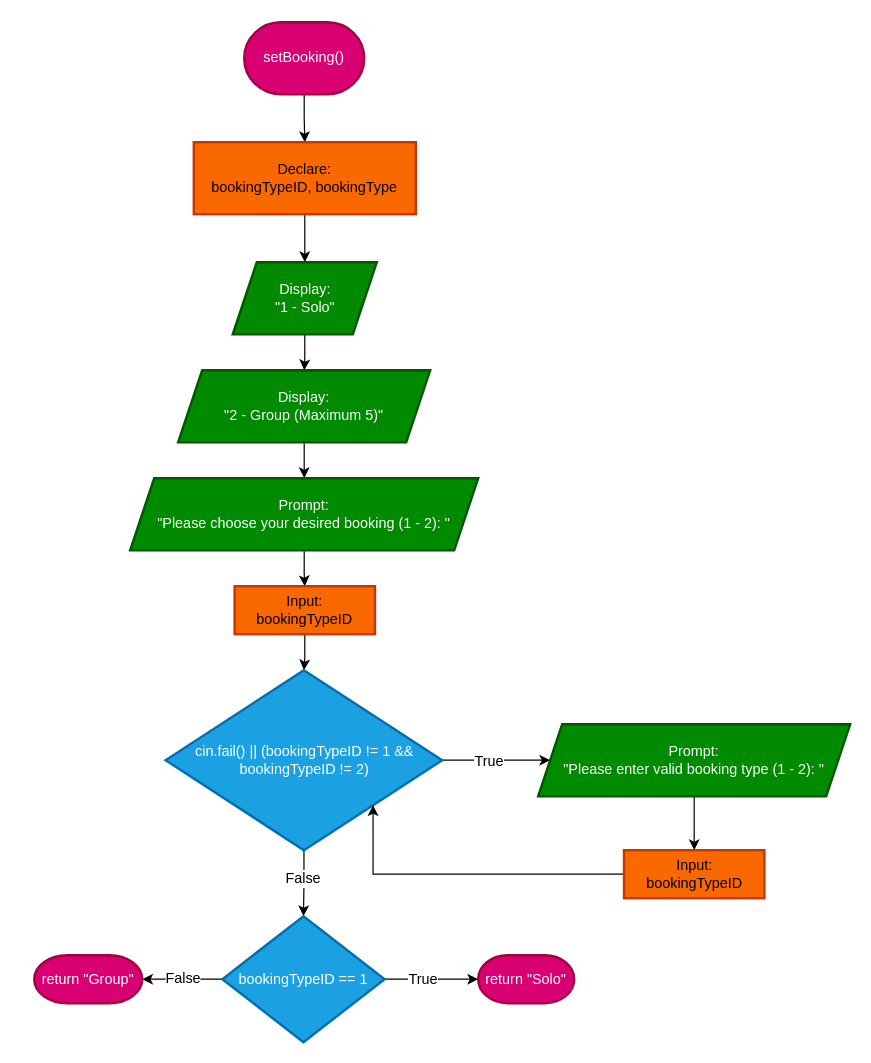
Before: Flowcharts (draw.io)/09. getBookingType.drawio in shahxvi/csc126-group-project, a draw.io diagram. Source tidied: cells renumbered, new cells numbered last; positions are measured from the earlier drawing's top-left corner, leaving out a move shared by most shapes. Both pictures are drawn from the tidied source at 120%, with x=0, y=0 at pixel (34, 22).
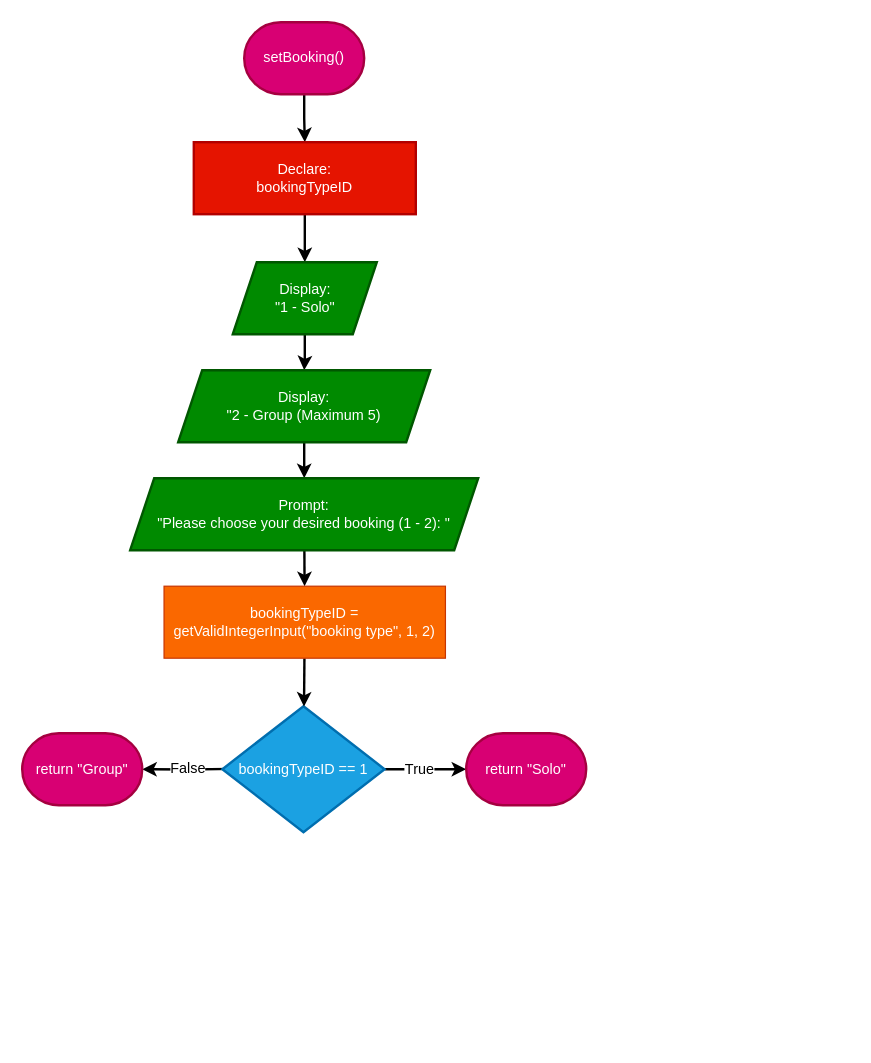
Above is the later version.

The change refers to these unchanged cells:
```xml
<mxCell id="3" value="setBooking()" style="strokeWidth=2;html=1;shape=mxgraph.flowchart.terminator;whiteSpace=wrap;fillColor=#d80073;fontColor=#ffffff;strokeColor=#A50040;" parent="1" vertex="1">
  <mxGeometry x="175" width="100" height="60" as="geometry" />
</mxCell>
```

What changed in the source:
```diff
@@
-    <mxCell id="2" style="edgeStyle=orthogonalEdgeStyle;rounded=0;jettySize=auto;html=1;" parent="1" edge="1" source="3" target="5">
+    <mxCell id="2" style="edgeStyle=orthogonalEdgeStyle;rounded=0;jettySize=auto;html=1;strokeWidth=2;" parent="1" edge="1" source="3" target="5">
       <mxGeometry relative="1" as="geometry" />
     </mxCell>
@@
-    <mxCell id="4" style="edgeStyle=orthogonalEdgeStyle;rounded=0;jettySize=auto;html=1;fontFamily=Helvetica;fontSize=12;fontColor=default;" parent="1" edge="1" source="5" target="7">
+    <mxCell id="4" style="rounded=0;jettySize=auto;html=1;fontFamily=Helvetica;fontSize=12;fontColor=default;strokeWidth=2;" parent="1" edge="1" source="5" target="7">
       <mxGeometry relative="1" as="geometry" />
     </mxCell>
-    <mxCell id="5" value="Declare:&lt;div&gt;bookingTypeID, bookingType&lt;/div&gt;" style="whiteSpace=wrap;html=1;fillColor=#FA6800;strokeColor=#C73500;strokeWidth=2;" parent="1" vertex="1">
+    <mxCell id="5" value="Declare:&lt;br&gt;bookingTypeID" style="whiteSpace=wrap;html=1;fillColor=#e51400;strokeColor=#B20000;strokeWidth=2;fontColor=#ffffff;" parent="1" vertex="1">
       <mxGeometry x="133" y="100" width="185" height="60" as="geometry" />
     </mxCell>
-    <mxCell id="6" style="edgeStyle=orthogonalEdgeStyle;rounded=0;jettySize=auto;html=1;fontFamily=Helvetica;fontSize=12;fontColor=default;" parent="1" edge="1" source="7" target="9">
+    <mxCell id="6" style="edgeStyle=orthogonalEdgeStyle;rounded=0;jettySize=auto;html=1;fontFamily=Helvetica;fontSize=12;fontColor=default;strokeWidth=2;" parent="1" edge="1" source="7" target="9">
       <mxGeometry relative="1" as="geometry" />
     </mxCell>
-    <mxCell id="7" value="&lt;div&gt;Display:&lt;/div&gt;&quot;1 - Solo&quot;" style="shape=parallelogram;perimeter=parallelogramPerimeter;whiteSpace=wrap;html=1;fixedSize=1;fillColor=#008a00;strokeColor=#005700;strokeWidth=2;fontColor=#ffffff;" parent="1" vertex="1">
+    <mxCell id="7" value="Display:&lt;br&gt;&quot;1 - Solo&quot;" style="shape=parallelogram;perimeter=parallelogramPerimeter;whiteSpace=wrap;html=1;fixedSize=1;fillColor=#008a00;strokeColor=#005700;strokeWidth=2;fontColor=#ffffff;" parent="1" vertex="1">
       <mxGeometry x="165.5" y="200" width="120" height="60" as="geometry" />
     </mxCell>
-    <mxCell id="8" style="edgeStyle=orthogonalEdgeStyle;rounded=0;jettySize=auto;html=1;fontFamily=Helvetica;fontSize=12;fontColor=default;" parent="1" edge="1" source="9" target="11">
+    <mxCell id="8" style="edgeStyle=orthogonalEdgeStyle;rounded=0;jettySize=auto;html=1;fontFamily=Helvetica;fontSize=12;fontColor=default;strokeWidth=2;" parent="1" edge="1" source="9" target="11">
       <mxGeometry relative="1" as="geometry" />
     </mxCell>
-    <mxCell id="9" value="&lt;div&gt;Display:&lt;/div&gt;&quot;2 - Group (Maximum 5)&quot;" style="shape=parallelogram;perimeter=parallelogramPerimeter;whiteSpace=wrap;html=1;fixedSize=1;fillColor=#008a00;strokeColor=#005700;strokeWidth=2;fontColor=#ffffff;" parent="1" vertex="1">
+    <mxCell id="9" value="Display:&lt;br&gt;&quot;2 - Group (Maximum 5)" style="shape=parallelogram;perimeter=parallelogramPerimeter;whiteSpace=wrap;html=1;fixedSize=1;fillColor=#008a00;strokeColor=#005700;strokeWidth=2;fontColor=#ffffff;" parent="1" vertex="1">
       <mxGeometry x="120" y="290" width="210" height="60" as="geometry" />
     </mxCell>
-    <mxCell id="10" style="edgeStyle=orthogonalEdgeStyle;rounded=0;jettySize=auto;html=1;fontFamily=Helvetica;fontSize=12;fontColor=default;" parent="1" edge="1" source="11" target="13">
-      <mxGeometry relative="1" as="geometry" />
-    </mxCell>
+    <mxCell id="30" style="edgeStyle=none;html=1;strokeWidth=2;" parent="1" edge="1" source="11" target="32">
+      <mxGeometry relative="1" as="geometry" />
+    </mxCell>
-    <mxCell id="11" value="&lt;div&gt;Prompt:&lt;/div&gt;&quot;Please choose your desired booking (1 - 2): &quot;" style="shape=parallelogram;perimeter=parallelogramPerimeter;whiteSpace=wrap;html=1;fixedSize=1;fillColor=#008a00;strokeColor=#005700;strokeWidth=2;fontColor=#ffffff;" parent="1" vertex="1">
+    <mxCell id="11" value="Prompt:&lt;br&gt;&quot;Please choose your desired booking (1 - 2): &quot;" style="shape=parallelogram;perimeter=parallelogramPerimeter;whiteSpace=wrap;html=1;fixedSize=1;fillColor=#008a00;strokeColor=#005700;strokeWidth=2;fontColor=#ffffff;" parent="1" vertex="1">
       <mxGeometry x="80" y="380" width="290" height="60" as="geometry" />
     </mxCell>
-    <mxCell id="12" style="edgeStyle=orthogonalEdgeStyle;rounded=0;jettySize=auto;html=1;fontFamily=Helvetica;fontSize=12;fontColor=default;" parent="1" edge="1" source="13" target="18">
-      <mxGeometry relative="1" as="geometry" />
-    </mxCell>
-    <mxCell id="13" value="Input:&lt;div&gt;bookingTypeID&lt;/div&gt;" style="whiteSpace=wrap;html=1;fillColor=#FA6800;strokeColor=#C73500;strokeWidth=2;" parent="1" vertex="1">
-      <mxGeometry x="167" y="470" width="117" height="40" as="geometry" />
-    </mxCell>
-    <mxCell id="14" style="edgeStyle=orthogonalEdgeStyle;rounded=0;jettySize=auto;html=1;fontFamily=Helvetica;fontSize=12;fontColor=default;" parent="1" edge="1" source="18" target="20">
-      <mxGeometry relative="1" as="geometry" />
-    </mxCell>
-    <mxCell id="15" value="True" style="edgeLabel;html=1;align=center;verticalAlign=middle;strokeColor=#C73500;strokeWidth=2;fontFamily=Helvetica;fontSize=12;fontColor=default;fillColor=#FA6800;" parent="14" vertex="1">
-      <mxGeometry x="-0.16" relative="1" as="geometry" />
-    </mxCell>
-    <mxCell id="16" style="edgeStyle=orthogonalEdgeStyle;rounded=0;jettySize=auto;html=1;fontFamily=Helvetica;fontSize=12;fontColor=default;" parent="1" edge="1" source="18" target="27">
-      <mxGeometry relative="1" as="geometry" />
-    </mxCell>
-    <mxCell id="17" value="False" style="edgeLabel;html=1;align=center;verticalAlign=middle;strokeColor=#C73500;strokeWidth=2;fontFamily=Helvetica;fontSize=12;fontColor=default;fillColor=#FA6800;" parent="16" vertex="1">
-      <mxGeometry x="-0.31" y="-1" relative="1" as="geometry">
-        <mxPoint y="5" as="offset" />
-      </mxGeometry>
-    </mxCell>
-    <mxCell id="18" value="cin.fail() || (bookingTypeID != 1 &amp;amp;&amp;amp; bookingTypeID != 2)" style="rhombus;whiteSpace=wrap;html=1;fillColor=#1ba1e2;strokeColor=#006EAF;strokeWidth=2;fontColor=#ffffff;" parent="1" vertex="1">
-      <mxGeometry x="109.5" y="540" width="230.5" height="150" as="geometry" />
-    </mxCell>
-    <mxCell id="19" style="edgeStyle=orthogonalEdgeStyle;rounded=0;jettySize=auto;html=1;fontFamily=Helvetica;fontSize=12;fontColor=default;" parent="1" edge="1" source="20" target="22">
-      <mxGeometry relative="1" as="geometry" />
-    </mxCell>
-    <mxCell id="20" value="Prompt:&lt;div&gt;&quot;Please enter valid booking type (1 - 2): &quot;&lt;/div&gt;" style="shape=parallelogram;perimeter=parallelogramPerimeter;whiteSpace=wrap;html=1;fixedSize=1;fillColor=#008a00;strokeColor=#005700;fontColor=#ffffff;strokeWidth=2;" parent="1" vertex="1">
-      <mxGeometry x="420" y="585" width="260" height="60" as="geometry" />
-    </mxCell>
-    <mxCell id="21" style="edgeStyle=orthogonalEdgeStyle;rounded=0;jettySize=auto;html=1;exitX=0;exitY=0.5;exitDx=0;exitDy=0;entryX=1;entryY=1;entryDx=0;entryDy=0;fontFamily=Helvetica;fontSize=12;fontColor=default;" parent="1" edge="1" source="22" target="18">
-      <mxGeometry relative="1" as="geometry">
-        <Array as="points">
-          <mxPoint x="282" y="710" />
-        </Array>
-      </mxGeometry>
-    </mxCell>
-    <mxCell id="22" value="Input:&lt;div&gt;bookingTypeID&lt;/div&gt;" style="whiteSpace=wrap;html=1;fillColor=#FA6800;strokeColor=#C73500;strokeWidth=2;" parent="1" vertex="1">
-      <mxGeometry x="491.5" y="690" width="117" height="40" as="geometry" />
-    </mxCell>
-    <mxCell id="23" style="edgeStyle=orthogonalEdgeStyle;rounded=0;jettySize=auto;html=1;fontFamily=Helvetica;fontSize=12;fontColor=default;" parent="1" edge="1" source="27" target="28">
-      <mxGeometry relative="1" as="geometry" />
+    <mxCell id="23" style="edgeStyle=orthogonalEdgeStyle;rounded=0;jettySize=auto;html=1;fontFamily=Helvetica;fontSize=12;fontColor=default;strokeWidth=2;" parent="1" edge="1" source="27">
+      <mxGeometry relative="1" as="geometry">
+        <mxPoint x="360" y="622.5" as="targetPoint" />
+      </mxGeometry>
     </mxCell>
@@
-    <mxCell id="25" style="edgeStyle=orthogonalEdgeStyle;rounded=0;jettySize=auto;html=1;fontFamily=Helvetica;fontSize=12;fontColor=default;" parent="1" edge="1" source="27" target="29">
-      <mxGeometry relative="1" as="geometry" />
+    <mxCell id="25" style="edgeStyle=orthogonalEdgeStyle;rounded=0;orthogonalLoop=1;jettySize=auto;html=1;fontFamily=Helvetica;fontSize=12;fontColor=default;entryX=1;entryY=0.5;entryDx=0;entryDy=0;entryPerimeter=0;strokeWidth=2;" parent="1" edge="1">
+      <mxGeometry relative="1" as="geometry">
+        <mxPoint x="165.5" y="622.2" as="sourcePoint" />
+        <mxPoint x="90" y="622.5" as="targetPoint" />
+      </mxGeometry>
     </mxCell>
@@
     <mxCell id="27" value="bookingTypeID == 1" style="rhombus;whiteSpace=wrap;html=1;fillColor=#1ba1e2;strokeColor=#006EAF;fontColor=#ffffff;strokeWidth=2;" parent="1" vertex="1">
-      <mxGeometry x="156.8" y="745" width="135.2" height="105" as="geometry" />
+      <mxGeometry x="156.8" y="570" width="135.2" height="105" as="geometry" />
     </mxCell>
+    <mxCell id="31" style="edgeStyle=none;html=1;strokeWidth=2;" parent="1" edge="1" source="32" target="27">
+      <mxGeometry relative="1" as="geometry" />
+    </mxCell>
+    <mxCell id="32" value="bookingTypeID = getValidIntegerInput(&quot;booking type&quot;, 1, 2)" style="whiteSpace=wrap;html=1;fillColor=#fa6800;fontColor=#FFFFFF;strokeColor=#C73500;" parent="1" vertex="1">
+      <mxGeometry x="108.2" y="470" width="234.5" height="60" as="geometry" />
+    </mxCell>
     <mxCell id="28" value="return &quot;Solo&quot;" style="strokeWidth=2;html=1;shape=mxgraph.flowchart.terminator;whiteSpace=wrap;fillColor=#d80073;fontColor=#ffffff;strokeColor=#A50040;" parent="1" vertex="1">
-      <mxGeometry x="370" y="777.5" width="80" height="40" as="geometry" />
+      <mxGeometry x="360" y="592.5" width="100" height="60" as="geometry" />
     </mxCell>
     <mxCell id="29" value="return &quot;Group&quot;" style="strokeWidth=2;html=1;shape=mxgraph.flowchart.terminator;whiteSpace=wrap;fillColor=#d80073;fontColor=#ffffff;strokeColor=#A50040;" parent="1" vertex="1">
-      <mxGeometry y="777.5" width="90" height="40" as="geometry" />
+      <mxGeometry x="-10" y="592.5" width="100" height="60" as="geometry" />
     </mxCell>
```
